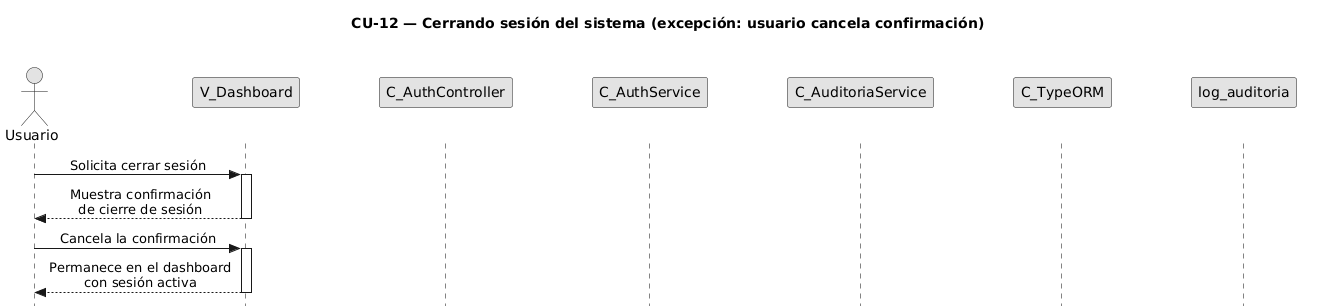
Earlier version of the PlantUML export diagramas/diagramas-secuencia/CU12/CU12-exc-cancelacion.png (FSM-Finet-y-Cable-Magico/Team_1-Inventario-y-Bodega).
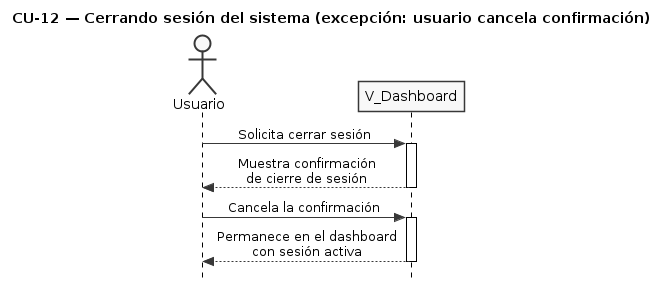
The same diagram one commit later.

The edit, as a diff of the source:
```diff
@@ -5,16 +5,8 @@
 skinparam monochrome true
 skinparam shadowing false
 skinparam sequenceMessageAlign center
-<style>
-sequenceDiagram {
-  participant {
-    Margin 35
-  }
-  actor {
-    Margin 15
-  }
-}
-</style>
+skinparam ParticipantPadding 25
+skinparam ActorPadding 20
 skinparam sequence {
   MessageAlign center
   LifeLineBorderColor black
@@ -23,11 +15,6 @@
 
 actor "Usuario" as user
 participant "V_Dashboard" as view
-participant "C_AuthController" as ctrl
-participant "C_AuthService" as svc
-participant "C_AuditoriaService" as aud
-participant "C_TypeORM" as orm
-participant "log_auditoria" as aent
 
 user -> view : Solicita cerrar sesión
 activate view
```
